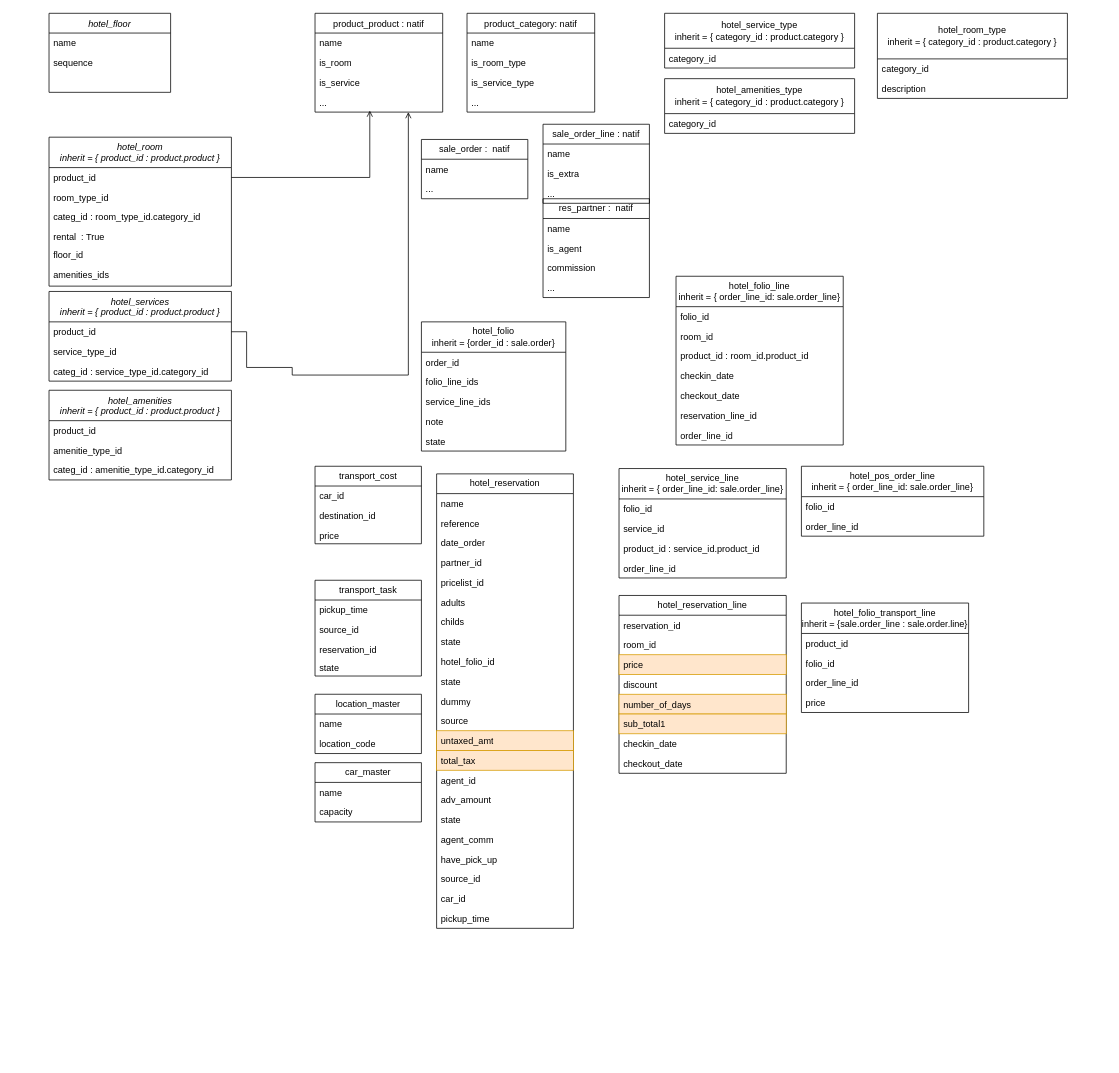
Earlier version of the draw.io diagram hotel_diagram.drawio (Jeremia1804/all_projects). Source tidied: cells renumbered, new cells numbered last; positions are measured from the earlier drawing's top-left corner, leaving out a move shared by most shapes. Both pictures are drawn from the tidied source at 76%, with x=0, y=0 at pixel (49, 13).
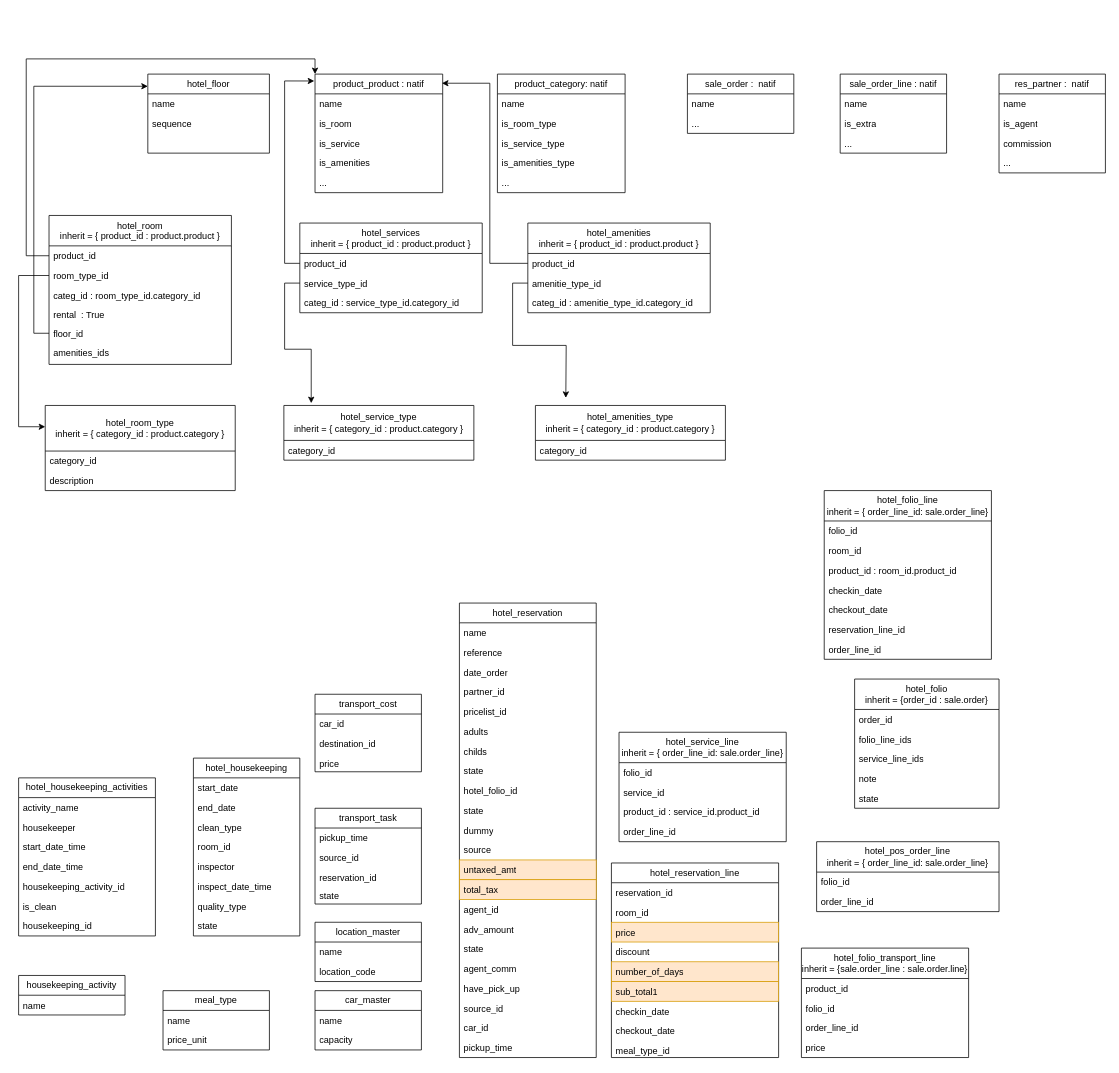
The same page after the edit.

Commit message (it also covers changes not shown here):
Mettre à jour hotel_diagram.drawio

The change refers to these unchanged cells:
```xml
<mxCell id="17" value="product_id" style="text;align=left;verticalAlign=top;spacingLeft=4;spacingRight=4;overflow=hidden;points=[[0,0.5],[1,0.5]];portConstraint=eastwest;rounded=0;shadow=0;html=0;" parent="16" vertex="1">
  <mxGeometry y="40" width="240" height="26" as="geometry" />
</mxCell>
<mxCell id="18" value="room_type_id" style="text;align=left;verticalAlign=top;spacingLeft=4;spacingRight=4;overflow=hidden;points=[[0,0.5],[1,0.5]];portConstraint=eastwest;rounded=0;shadow=0;html=0;" parent="16" vertex="1">
  <mxGeometry y="66" width="240" height="26" as="geometry" />
</mxCell>
<mxCell id="21" value="floor_id" style="text;align=left;verticalAlign=top;spacingLeft=4;spacingRight=4;overflow=hidden;points=[[0,0.5],[1,0.5]];portConstraint=eastwest;rounded=0;shadow=0;html=0;" parent="16" vertex="1">
  <mxGeometry y="142" width="240" height="26" as="geometry" />
</mxCell>
<mxCell id="27" value="product_id" style="text;align=left;verticalAlign=top;spacingLeft=4;spacingRight=4;overflow=hidden;points=[[0,0.5],[1,0.5]];portConstraint=eastwest;rounded=0;shadow=0;html=0;" parent="26" vertex="1">
  <mxGeometry y="40" width="240" height="26" as="geometry" />
</mxCell>
<mxCell id="28" value="service_type_id" style="text;align=left;verticalAlign=top;spacingLeft=4;spacingRight=4;overflow=hidden;points=[[0,0.5],[1,0.5]];portConstraint=eastwest;rounded=0;shadow=0;html=0;" parent="26" vertex="1">
  <mxGeometry y="66" width="240" height="26" as="geometry" />
</mxCell>
<mxCell id="36" value="product_id" style="text;align=left;verticalAlign=top;spacingLeft=4;spacingRight=4;overflow=hidden;points=[[0,0.5],[1,0.5]];portConstraint=eastwest;rounded=0;shadow=0;html=0;" parent="35" vertex="1">
  <mxGeometry y="40" width="240" height="26" as="geometry" />
</mxCell>
```

What changed in the source:
```diff
@@
-    <mxCell id="2" value="hotel_floor" style="swimlane;fontStyle=2;align=center;verticalAlign=top;horizontal=1;startSize=26;rounded=0;shadow=0;strokeWidth=1;" parent="1" vertex="1">
-      <mxGeometry width="160" height="104" as="geometry" />
+    <mxCell id="2" value="hotel_floor" style="swimlane;fontStyle=0;align=center;verticalAlign=top;horizontal=1;startSize=26;rounded=0;shadow=0;strokeWidth=1;" parent="1" vertex="1">
+      <mxGeometry x="130" y="80" width="160" height="104" as="geometry" />
     </mxCell>
@@
     <mxCell id="5" value="product_product : natif" style="swimlane;fontStyle=0;align=center;verticalAlign=top;horizontal=1;startSize=26;rounded=0;shadow=0;strokeWidth=1;" parent="1" vertex="1">
-      <mxGeometry x="350" width="168" height="130" as="geometry" />
+      <mxGeometry x="350" y="80" width="168" height="156" as="geometry" />
     </mxCell>
@@
+    <mxCell id="125" value="is_amenities" style="text;align=left;verticalAlign=top;spacingLeft=4;spacingRight=4;overflow=hidden;rounded=0;shadow=0;html=0;" parent="5" vertex="1">
+      <mxGeometry y="104" width="168" height="26" as="geometry" />
+    </mxCell>
     <mxCell id="9" value="..." style="text;align=left;verticalAlign=top;spacingLeft=4;spacingRight=4;overflow=hidden;points=[[0,0.5],[1,0.5]];portConstraint=eastwest;rounded=0;shadow=0;html=0;" parent="5" vertex="1">
-      <mxGeometry y="104" width="168" height="26" as="geometry" />
+      <mxGeometry y="130" width="168" height="26" as="geometry" />
     </mxCell>
-    <mxCell id="10" style="endArrow=open;shadow=0;strokeWidth=1;rounded=0;curved=0;endFill=1;edgeStyle=elbowEdgeStyle;elbow=vertical;entryX=0.429;entryY=0.923;entryDx=0;entryDy=0;entryPerimeter=0;exitX=1;exitY=0.5;exitDx=0;exitDy=0;" parent="1" edge="1" source="17" target="9">
-      <mxGeometry x="0.5" y="41" relative="1" as="geometry">
-        <Array as="points">
-          <mxPoint x="370" y="216" />
-          <mxPoint x="310" y="226" />
-        </Array>
-        <mxPoint x="-40" y="32" as="offset" />
-      </mxGeometry>
-    </mxCell>
     <mxCell id="11" value="product_category: natif" style="swimlane;fontStyle=0;align=center;verticalAlign=top;horizontal=1;startSize=26;rounded=0;shadow=0;strokeWidth=1;" parent="1" vertex="1">
-      <mxGeometry x="550" width="168" height="130" as="geometry" />
+      <mxGeometry x="590" y="80" width="168" height="156" as="geometry" />
     </mxCell>
@@
+    <mxCell id="126" value="is_amenities_type" style="text;align=left;verticalAlign=top;spacingLeft=4;spacingRight=4;overflow=hidden;rounded=0;shadow=0;html=0;" parent="11" vertex="1">
+      <mxGeometry y="104" width="168" height="26" as="geometry" />
+    </mxCell>
     <mxCell id="15" value="..." style="text;align=left;verticalAlign=top;spacingLeft=4;spacingRight=4;overflow=hidden;rounded=0;shadow=0;html=0;" parent="11" vertex="1">
-      <mxGeometry y="104" width="168" height="26" as="geometry" />
+      <mxGeometry y="130" width="168" height="26" as="geometry" />
     </mxCell>
-    <mxCell id="16" value="hotel_room&#10;inherit = { product_id : product.product }" style="swimlane;fontStyle=2;align=center;verticalAlign=top;horizontal=1;startSize=40;rounded=0;shadow=0;strokeWidth=1;" parent="1" vertex="1">
-      <mxGeometry y="163" width="240" height="196" as="geometry" />
+    <mxCell id="16" value="hotel_room&#10;inherit = { product_id : product.product }" style="swimlane;fontStyle=0;align=center;verticalAlign=top;horizontal=1;startSize=40;rounded=0;shadow=0;strokeWidth=1;" parent="1" vertex="1">
+      <mxGeometry y="266" width="240" height="196" as="geometry" />
     </mxCell>
@@
     <mxCell id="23" value="hotel_room_type&lt;div&gt;inherit = { category_id : product.category }&lt;/div&gt;" style="swimlane;fontStyle=0;horizontal=1;startSize=60;fillColor=none;whiteSpace=wrap;html=1;" parent="1" vertex="1">
-      <mxGeometry x="1090" width="250" height="112" as="geometry" />
+      <mxGeometry x="-5" y="516" width="250" height="112" as="geometry" />
     </mxCell>
@@
-    <mxCell id="26" value="hotel_services&#10;inherit = { product_id : product.product }" style="swimlane;fontStyle=2;align=center;verticalAlign=top;horizontal=1;startSize=40;rounded=0;shadow=0;strokeWidth=1;" parent="1" vertex="1">
-      <mxGeometry y="366" width="240" height="118" as="geometry" />
+    <mxCell id="26" value="hotel_services&#10;inherit = { product_id : product.product }" style="swimlane;fontStyle=0;align=center;verticalAlign=top;horizontal=1;startSize=40;rounded=0;shadow=0;strokeWidth=1;" parent="1" vertex="1">
+      <mxGeometry x="330" y="276" width="240" height="118" as="geometry" />
     </mxCell>
@@
     <mxCell id="30" value="hotel_service_type&lt;div&gt;inherit = { category_id : product.category }&lt;br&gt;&lt;/div&gt;" style="swimlane;fontStyle=0;horizontal=1;startSize=46;fillColor=none;whiteSpace=wrap;html=1;" parent="1" vertex="1">
-      <mxGeometry x="810" width="250" height="72" as="geometry" />
+      <mxGeometry x="309" y="516" width="250" height="72" as="geometry" />
     </mxCell>
@@
-    <mxCell id="32" style="endArrow=open;shadow=0;strokeWidth=1;rounded=0;endFill=1;edgeStyle=orthogonalEdgeStyle;elbow=vertical;entryX=0.571;entryY=1.077;entryDx=0;entryDy=0;entryPerimeter=0;exitX=1;exitY=0.5;exitDx=0;exitDy=0;" parent="1" edge="1" source="27">
-      <mxGeometry x="0.5" y="41" relative="1" as="geometry">
-        <mxPoint x="472.8" y="130" as="targetPoint" />
-        <Array as="points">
-          <mxPoint x="260" y="466" />
-          <mxPoint x="320" y="466" />
-          <mxPoint x="320" y="476" />
-          <mxPoint x="473" y="476" />
-        </Array>
-        <mxPoint x="-40" y="32" as="offset" />
-      </mxGeometry>
-    </mxCell>
     <mxCell id="33" value="hotel_amenities_type&lt;div&gt;inherit = { category_id : product.category }&lt;br&gt;&lt;/div&gt;" style="swimlane;fontStyle=0;horizontal=1;startSize=46;fillColor=none;whiteSpace=wrap;html=1;" parent="1" vertex="1">
-      <mxGeometry x="810" y="86" width="250" height="72" as="geometry" />
+      <mxGeometry x="640" y="516" width="250" height="72" as="geometry" />
     </mxCell>
@@
-    <mxCell id="35" value="hotel_amenities&#10;inherit = { product_id : product.product }" style="swimlane;fontStyle=2;align=center;verticalAlign=top;horizontal=1;startSize=40;rounded=0;shadow=0;strokeWidth=1;" parent="1" vertex="1">
-      <mxGeometry y="496" width="240" height="118" as="geometry" />
+    <mxCell id="35" value="hotel_amenities&#10;inherit = { product_id : product.product }" style="swimlane;fontStyle=0;align=center;verticalAlign=top;horizontal=1;startSize=40;rounded=0;shadow=0;strokeWidth=1;" parent="1" vertex="1">
+      <mxGeometry x="630" y="276" width="240" height="118" as="geometry" />
     </mxCell>
@@
+    <mxCell id="127" style="edgeStyle=orthogonalEdgeStyle;rounded=0;jettySize=auto;html=1;" parent="35" edge="1" source="37">
+      <mxGeometry relative="1" as="geometry">
+        <mxPoint x="50" y="230" as="targetPoint" />
+      </mxGeometry>
+    </mxCell>
-    <mxCell id="37" value="amenitie_type_id" style="text;align=left;verticalAlign=top;spacingLeft=4;spacingRight=4;overflow=hidden;points=[[0,0.5],[1,0.5]];portConstraint=eastwest;rounded=0;shadow=0;html=0;" parent="35" vertex="1">
+    <mxCell id="37" value="amenitie_type_id" style="text;align=left;verticalAlign=top;spacingLeft=4;spacingRight=4;overflow=hidden;points=[[0,0.5],[1,0.5]];portConstraint=eastwest;rounded=0;shadow=0;html=0;fontStyle=0;" parent="35" vertex="1">
       <mxGeometry y="66" width="240" height="26" as="geometry" />
     </mxCell>
@@
     <mxCell id="39" value="hotel_folio&lt;div&gt;inherit = {order_id : sale.order}&lt;/div&gt;" style="swimlane;fontStyle=0;horizontal=1;startSize=40;fillColor=none;whiteSpace=wrap;html=1;" parent="1" vertex="1">
-      <mxGeometry x="490" y="406" width="190" height="170" as="geometry" />
+      <mxGeometry x="1060" y="876" width="190" height="170" as="geometry" />
     </mxCell>
@@
     <mxCell id="45" value="sale_order :&amp;nbsp; natif" style="swimlane;fontStyle=0;horizontal=1;startSize=26;fillColor=none;whiteSpace=wrap;html=1;" parent="1" vertex="1">
-      <mxGeometry x="490" y="166" width="140" height="78" as="geometry" />
+      <mxGeometry x="840" y="80" width="140" height="78" as="geometry" />
     </mxCell>
@@
     <mxCell id="48" value="sale_order_line : natif" style="swimlane;fontStyle=0;horizontal=1;startSize=26;fillColor=none;whiteSpace=wrap;html=1;" parent="1" vertex="1">
-      <mxGeometry x="650" y="146" width="140" height="104" as="geometry" />
+      <mxGeometry x="1041" y="80" width="140" height="104" as="geometry" />
     </mxCell>
@@
     <mxCell id="52" value="hotel_folio_line&lt;div&gt;inherit = { order_line_id: sale.order_line}&lt;br&gt;&lt;/div&gt;" style="swimlane;fontStyle=0;horizontal=1;startSize=40;fillColor=none;whiteSpace=wrap;html=1;" parent="1" vertex="1">
-      <mxGeometry x="825" y="346" width="220" height="222" as="geometry" />
+      <mxGeometry x="1020" y="628" width="220" height="222" as="geometry" />
     </mxCell>
@@
     <mxCell id="60" value="hotel_service_line&lt;div&gt;inherit = { order_line_id: sale.order_line}&lt;br&gt;&lt;/div&gt;" style="swimlane;fontStyle=0;horizontal=1;startSize=40;fillColor=none;whiteSpace=wrap;html=1;" parent="1" vertex="1">
-      <mxGeometry x="750" y="599" width="220" height="144" as="geometry" />
+      <mxGeometry x="750" y="946" width="220" height="144" as="geometry" />
     </mxCell>
@@
     <mxCell id="65" value="hotel_reservation" style="swimlane;fontStyle=0;horizontal=1;startSize=26;fillColor=none;whiteSpace=wrap;html=1;" parent="1" vertex="1">
-      <mxGeometry x="510" y="606" width="180" height="598" as="geometry" />
+      <mxGeometry x="540" y="776" width="180" height="598" as="geometry" />
     </mxCell>
@@
     <mxCell id="88" value="res_partner :&amp;nbsp; natif" style="swimlane;fontStyle=0;horizontal=1;startSize=26;fillColor=none;whiteSpace=wrap;html=1;" parent="1" vertex="1">
-      <mxGeometry x="650" y="244" width="140" height="130" as="geometry" />
+      <mxGeometry x="1250" y="80" width="140" height="130" as="geometry" />
     </mxCell>
@@
     <mxCell id="93" value="hotel_reservation_line" style="swimlane;fontStyle=0;horizontal=1;startSize=26;fillColor=none;whiteSpace=wrap;html=1;" parent="1" vertex="1">
-      <mxGeometry x="750" y="766" width="220" height="234" as="geometry" />
+      <mxGeometry x="740" y="1118" width="220" height="256" as="geometry" />
     </mxCell>
@@
+    <mxCell id="128" value="meal_type_id" style="text;strokeColor=none;fillColor=none;align=left;verticalAlign=top;spacingLeft=4;spacingRight=4;overflow=hidden;whiteSpace=wrap;html=1;" parent="93" vertex="1">
+      <mxGeometry y="234" width="220" height="22" as="geometry" />
+    </mxCell>
     <mxCell id="102" value="hotel_folio_transport_line&lt;div&gt;inherit = {sale.order_line : sale.order.line}&lt;/div&gt;" style="swimlane;fontStyle=0;horizontal=1;startSize=40;fillColor=none;whiteSpace=wrap;html=1;" parent="1" vertex="1">
-      <mxGeometry x="990" y="776" width="220" height="144" as="geometry" />
+      <mxGeometry x="990" y="1230" width="220" height="144" as="geometry" />
     </mxCell>
@@
     <mxCell id="107" value="transport_task" style="swimlane;fontStyle=0;horizontal=1;startSize=26;fillColor=none;whiteSpace=wrap;html=1;" parent="1" vertex="1">
-      <mxGeometry x="350" y="746" width="140" height="126" as="geometry" />
+      <mxGeometry x="350" y="1046" width="140" height="126" as="geometry" />
     </mxCell>
@@
     <mxCell id="112" value="location_master" style="swimlane;fontStyle=0;horizontal=1;startSize=26;fillColor=none;whiteSpace=wrap;html=1;" parent="1" vertex="1">
-      <mxGeometry x="350" y="896" width="140" height="78" as="geometry" />
+      <mxGeometry x="350" y="1196" width="140" height="78" as="geometry" />
     </mxCell>
@@
     <mxCell id="115" value="car_master" style="swimlane;fontStyle=0;horizontal=1;startSize=26;fillColor=none;whiteSpace=wrap;html=1;" parent="1" vertex="1">
-      <mxGeometry x="350" y="986" width="140" height="78" as="geometry" />
+      <mxGeometry x="350" y="1286" width="140" height="78" as="geometry" />
     </mxCell>
@@
     <mxCell id="118" value="transport_cost" style="swimlane;fontStyle=0;horizontal=1;startSize=26;fillColor=none;whiteSpace=wrap;html=1;" parent="1" vertex="1">
-      <mxGeometry x="350" y="596" width="140" height="102" as="geometry" />
+      <mxGeometry x="350" y="896" width="140" height="102" as="geometry" />
     </mxCell>
@@
     <mxCell id="122" value="hotel_pos_order_line&lt;div&gt;inherit = { order_line_id: sale.order_line}&lt;/div&gt;" style="swimlane;fontStyle=0;horizontal=1;startSize=40;fillColor=none;whiteSpace=wrap;html=1;" parent="1" vertex="1">
-      <mxGeometry x="990" y="596" width="240" height="92" as="geometry" />
+      <mxGeometry x="1010" y="1090" width="240" height="92" as="geometry" />
     </mxCell>
@@
+    <mxCell id="129" value="hotel_housekeeping" style="swimlane;fontStyle=0;horizontal=1;startSize=26;fillColor=none;whiteSpace=wrap;html=1;" parent="1" vertex="1">
+      <mxGeometry x="190" y="980" width="140" height="234" as="geometry" />
+    </mxCell>
+    <mxCell id="130" value="start_date" style="text;strokeColor=none;fillColor=none;align=left;verticalAlign=top;spacingLeft=4;spacingRight=4;overflow=hidden;whiteSpace=wrap;html=1;" parent="129" vertex="1">
+      <mxGeometry y="26" width="140" height="26" as="geometry" />
+    </mxCell>
+    <mxCell id="131" value="end_date" style="text;strokeColor=none;fillColor=none;align=left;verticalAlign=top;spacingLeft=4;spacingRight=4;overflow=hidden;whiteSpace=wrap;html=1;" parent="129" vertex="1">
+      <mxGeometry y="52" width="140" height="26" as="geometry" />
+    </mxCell>
+    <mxCell id="132" value="clean_type" style="text;strokeColor=none;fillColor=none;align=left;verticalAlign=top;spacingLeft=4;spacingRight=4;overflow=hidden;whiteSpace=wrap;html=1;" parent="129" vertex="1">
+      <mxGeometry y="78" width="140" height="26" as="geometry" />
+    </mxCell>
+    <mxCell id="133" value="room_id" style="text;strokeColor=none;fillColor=none;align=left;verticalAlign=top;spacingLeft=4;spacingRight=4;overflow=hidden;whiteSpace=wrap;html=1;" parent="129" vertex="1">
+      <mxGeometry y="104" width="140" height="26" as="geometry" />
+    </mxCell>
+    <mxCell id="134" value="inspector" style="text;strokeColor=none;fillColor=none;align=left;verticalAlign=top;spacingLeft=4;spacingRight=4;overflow=hidden;whiteSpace=wrap;html=1;" parent="129" vertex="1">
+      <mxGeometry y="130" width="140" height="26" as="geometry" />
+    </mxCell>
+    <mxCell id="135" value="inspect_date_time" style="text;strokeColor=none;fillColor=none;align=left;verticalAlign=top;spacingLeft=4;spacingRight=4;overflow=hidden;whiteSpace=wrap;html=1;" parent="129" vertex="1">
+      <mxGeometry y="156" width="140" height="26" as="geometry" />
+    </mxCell>
+    <mxCell id="136" value="quality_type" style="text;strokeColor=none;fillColor=none;align=left;verticalAlign=top;spacingLeft=4;spacingRight=4;overflow=hidden;whiteSpace=wrap;html=1;" parent="129" vertex="1">
+      <mxGeometry y="182" width="140" height="26" as="geometry" />
+    </mxCell>
+    <mxCell id="137" value="state" style="text;strokeColor=none;fillColor=none;align=left;verticalAlign=top;spacingLeft=4;spacingRight=4;overflow=hidden;whiteSpace=wrap;html=1;" parent="129" vertex="1">
+      <mxGeometry y="208" width="140" height="26" as="geometry" />
+    </mxCell>
+    <mxCell id="138" value="hotel_housekeeping_activities" style="swimlane;fontStyle=0;horizontal=1;startSize=26;fillColor=none;whiteSpace=wrap;html=1;" parent="1" vertex="1">
+      <mxGeometry x="-40" y="1006" width="180" height="208" as="geometry" />
+    </mxCell>
+    <mxCell id="139" value="activity_name" style="text;strokeColor=none;fillColor=none;align=left;verticalAlign=top;spacingLeft=4;spacingRight=4;overflow=hidden;whiteSpace=wrap;html=1;" parent="138" vertex="1">
+      <mxGeometry y="26" width="180" height="26" as="geometry" />
+    </mxCell>
+    <mxCell id="140" value="housekeeper" style="text;strokeColor=none;fillColor=none;align=left;verticalAlign=top;spacingLeft=4;spacingRight=4;overflow=hidden;whiteSpace=wrap;html=1;" parent="138" vertex="1">
+      <mxGeometry y="52" width="180" height="26" as="geometry" />
+    </mxCell>
+    <mxCell id="141" value="start_date_time" style="text;strokeColor=none;fillColor=none;align=left;verticalAlign=top;spacingLeft=4;spacingRight=4;overflow=hidden;whiteSpace=wrap;html=1;" parent="138" vertex="1">
+      <mxGeometry y="78" width="180" height="26" as="geometry" />
+    </mxCell>
+    <mxCell id="142" value="end_date_time" style="text;strokeColor=none;fillColor=none;align=left;verticalAlign=top;spacingLeft=4;spacingRight=4;overflow=hidden;whiteSpace=wrap;html=1;" parent="138" vertex="1">
+      <mxGeometry y="104" width="180" height="26" as="geometry" />
+    </mxCell>
+    <mxCell id="143" value="housekeeping_activity_id" style="text;strokeColor=none;fillColor=none;align=left;verticalAlign=top;spacingLeft=4;spacingRight=4;overflow=hidden;whiteSpace=wrap;html=1;" parent="138" vertex="1">
+      <mxGeometry y="130" width="180" height="26" as="geometry" />
+    </mxCell>
+    <mxCell id="144" value="is_clean" style="text;strokeColor=none;fillColor=none;align=left;verticalAlign=top;spacingLeft=4;spacingRight=4;overflow=hidden;whiteSpace=wrap;html=1;" parent="138" vertex="1">
+      <mxGeometry y="156" width="180" height="26" as="geometry" />
+    </mxCell>
+    <mxCell id="145" value="housekeeping_id" style="text;strokeColor=none;fillColor=none;align=left;verticalAlign=top;spacingLeft=4;spacingRight=4;overflow=hidden;whiteSpace=wrap;html=1;" parent="138" vertex="1">
+      <mxGeometry y="182" width="180" height="26" as="geometry" />
+    </mxCell>
+    <mxCell id="146" value="housekeeping_activity" style="swimlane;fontStyle=0;horizontal=1;startSize=26;fillColor=none;whiteSpace=wrap;html=1;" parent="1" vertex="1">
+      <mxGeometry x="-40" y="1266" width="140" height="52" as="geometry" />
+    </mxCell>
+    <mxCell id="147" value="name&lt;div&gt;&lt;br&gt;&lt;/div&gt;" style="text;strokeColor=none;fillColor=none;align=left;verticalAlign=top;spacingLeft=4;spacingRight=4;overflow=hidden;whiteSpace=wrap;html=1;" parent="146" vertex="1">
+      <mxGeometry y="26" width="140" height="26" as="geometry" />
+    </mxCell>
+    <mxCell id="148" value="meal_type" style="swimlane;fontStyle=0;horizontal=1;startSize=26;fillColor=none;whiteSpace=wrap;html=1;" parent="1" vertex="1">
+      <mxGeometry x="150" y="1286" width="140" height="78" as="geometry" />
+    </mxCell>
+    <mxCell id="149" value="name" style="text;strokeColor=none;fillColor=none;align=left;verticalAlign=top;spacingLeft=4;spacingRight=4;overflow=hidden;whiteSpace=wrap;html=1;" parent="148" vertex="1">
+      <mxGeometry y="26" width="140" height="26" as="geometry" />
+    </mxCell>
+    <mxCell id="150" value="price_unit" style="text;strokeColor=none;fillColor=none;align=left;verticalAlign=top;spacingLeft=4;spacingRight=4;overflow=hidden;whiteSpace=wrap;html=1;" parent="148" vertex="1">
+      <mxGeometry y="52" width="140" height="26" as="geometry" />
+    </mxCell>
+    <mxCell id="151" style="edgeStyle=orthogonalEdgeStyle;rounded=0;jettySize=auto;html=1;entryX=0;entryY=0.154;entryDx=0;entryDy=0;entryPerimeter=0;exitX=0;exitY=0.5;exitDx=0;exitDy=0;" parent="1" edge="1" source="21" target="2">
+      <mxGeometry relative="1" as="geometry" />
+    </mxCell>
+    <mxCell id="152" style="edgeStyle=orthogonalEdgeStyle;rounded=0;jettySize=auto;html=1;entryX=0;entryY=0;entryDx=0;entryDy=0;exitX=0;exitY=0.5;exitDx=0;exitDy=0;" parent="1" edge="1" source="17" target="5">
+      <mxGeometry relative="1" as="geometry">
+        <Array as="points">
+          <mxPoint x="-30" y="319" />
+          <mxPoint x="-30" y="60" />
+          <mxPoint x="350" y="60" />
+        </Array>
+      </mxGeometry>
+    </mxCell>
+    <mxCell id="153" style="edgeStyle=orthogonalEdgeStyle;rounded=0;jettySize=auto;html=1;entryX=-0.006;entryY=0.058;entryDx=0;entryDy=0;entryPerimeter=0;" parent="1" edge="1" source="27" target="5">
+      <mxGeometry relative="1" as="geometry" />
+    </mxCell>
+    <mxCell id="154" style="edgeStyle=orthogonalEdgeStyle;rounded=0;jettySize=auto;html=1;entryX=0.994;entryY=0.077;entryDx=0;entryDy=0;entryPerimeter=0;" parent="1" edge="1" source="36" target="5">
+      <mxGeometry relative="1" as="geometry">
+        <Array as="points">
+          <mxPoint x="580" y="329" />
+          <mxPoint x="580" y="92" />
+        </Array>
+      </mxGeometry>
+    </mxCell>
+    <mxCell id="155" style="edgeStyle=orthogonalEdgeStyle;rounded=0;jettySize=auto;html=1;entryX=0;entryY=0.25;entryDx=0;entryDy=0;" parent="1" edge="1" source="18" target="23">
+      <mxGeometry relative="1" as="geometry">
+        <Array as="points">
+          <mxPoint x="-40" y="345" />
+          <mxPoint x="-40" y="544" />
+        </Array>
+      </mxGeometry>
+    </mxCell>
+    <mxCell id="156" style="edgeStyle=orthogonalEdgeStyle;rounded=0;jettySize=auto;html=1;entryX=0.144;entryY=-0.042;entryDx=0;entryDy=0;entryPerimeter=0;" parent="1" edge="1" source="28" target="30">
+      <mxGeometry relative="1" as="geometry" />
+    </mxCell>
```
